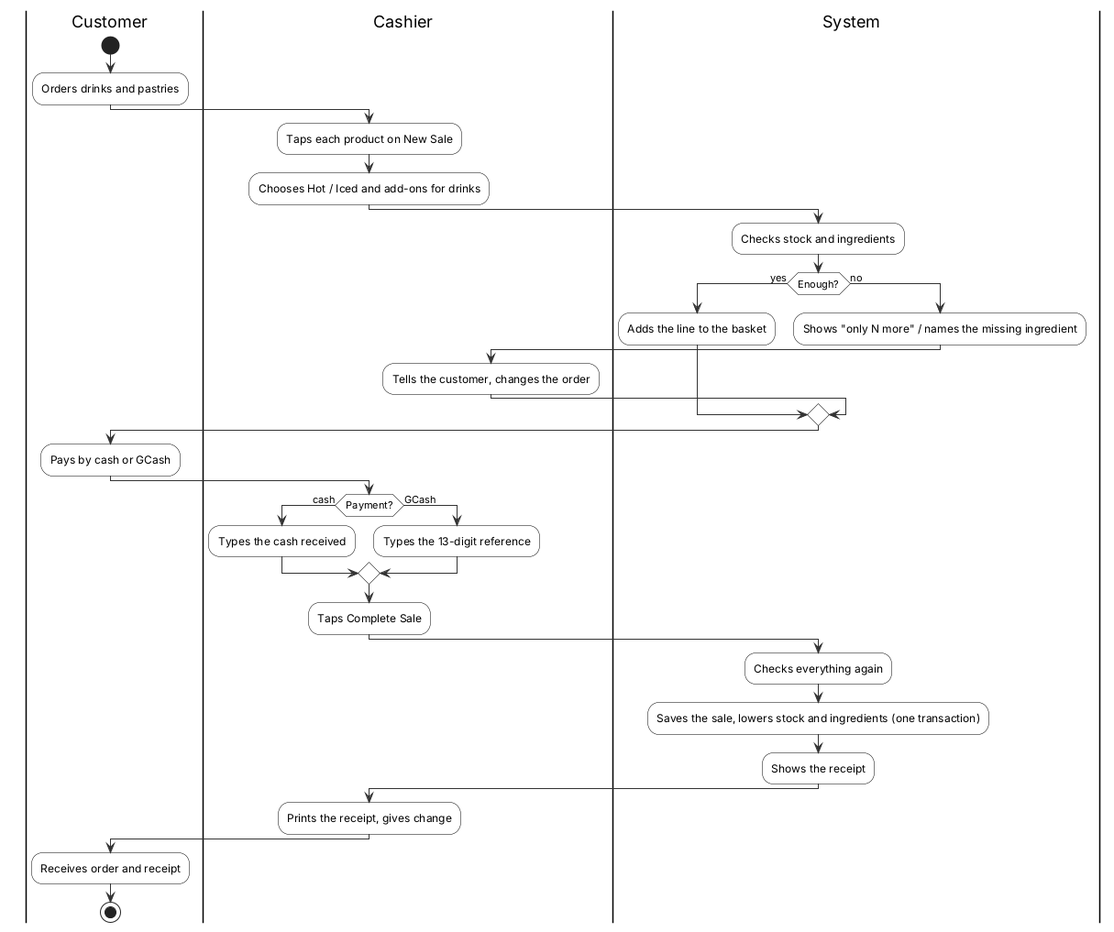
Before: diagrams/uml/13_process_model.png, a diagram exported from PlantUML (JmlAsync/inventory-pos-system).
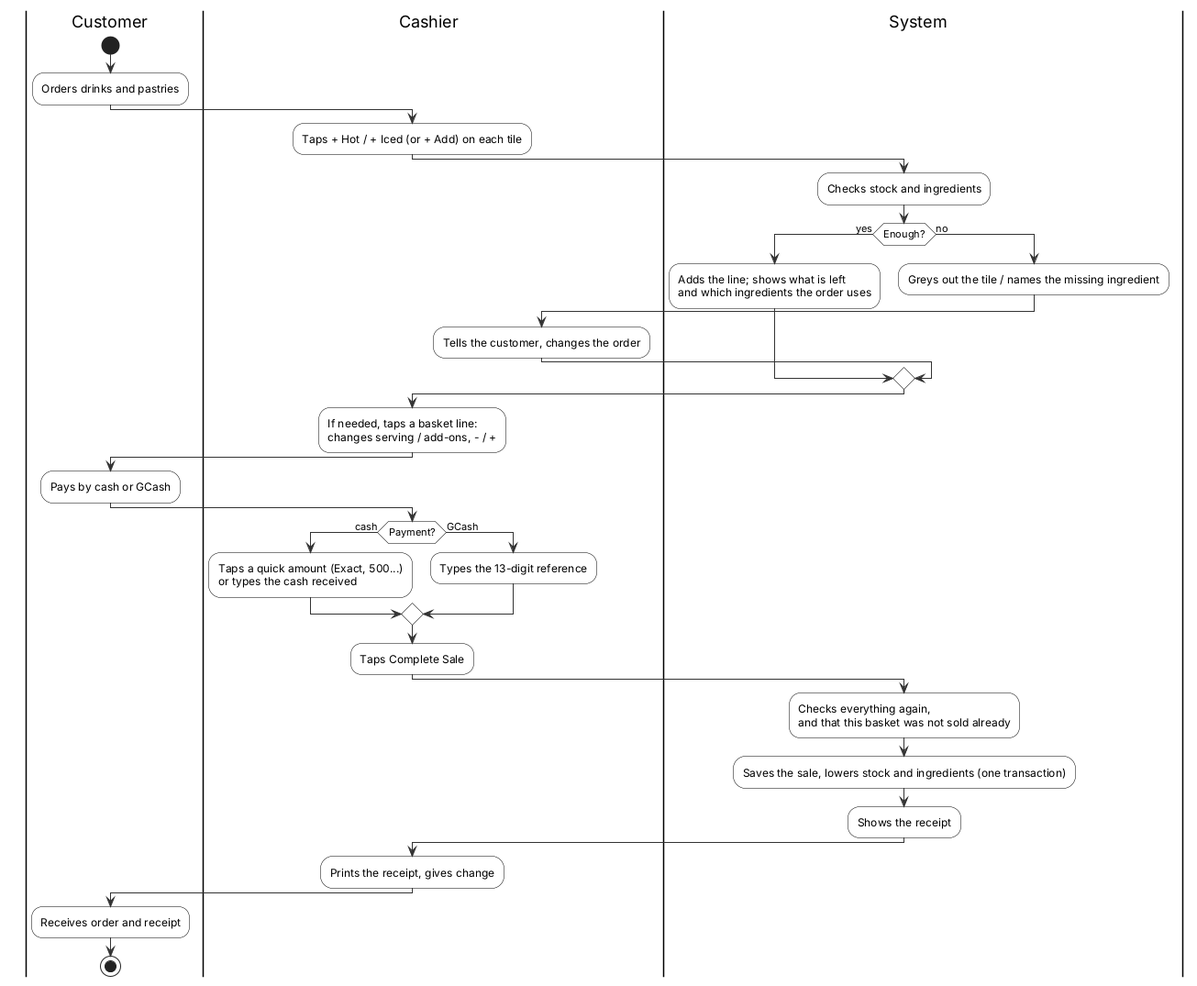
Above is the later version.

The edit, as a diff of the source:
```diff
@@ -41,29 +41,34 @@
 start
 :Orders drinks and pastries;
 |Cashier|
-:Taps each product on New Sale;
-:Chooses Hot / Iced and add-ons for drinks;
+:Taps + Hot / + Iced (or + Add) on each tile;
 |System|
 :Checks stock and ingredients;
 if (Enough?) then (yes)
-  :Adds the line to the basket;
+  :Adds the line; shows what is left
+and which ingredients the order uses;
 else (no)
-  :Shows "only N more" / names the missing ingredient;
+  :Greys out the tile / names the missing ingredient;
   |Cashier|
   :Tells the customer, changes the order;
   |System|
 endif
+|Cashier|
+:If needed, taps a basket line:
+changes serving / add-ons, - / +;
 |Customer|
 :Pays by cash or GCash;
 |Cashier|
 if (Payment?) then (cash)
-  :Types the cash received;
+  :Taps a quick amount (Exact, 500...)
+or types the cash received;
 else (GCash)
   :Types the 13-digit reference;
 endif
 :Taps Complete Sale;
 |System|
-:Checks everything again;
+:Checks everything again,
+and that this basket was not sold already;
 :Saves the sale, lowers stock and ingredients (one transaction);
 :Shows the receipt;
 |Cashier|
```
